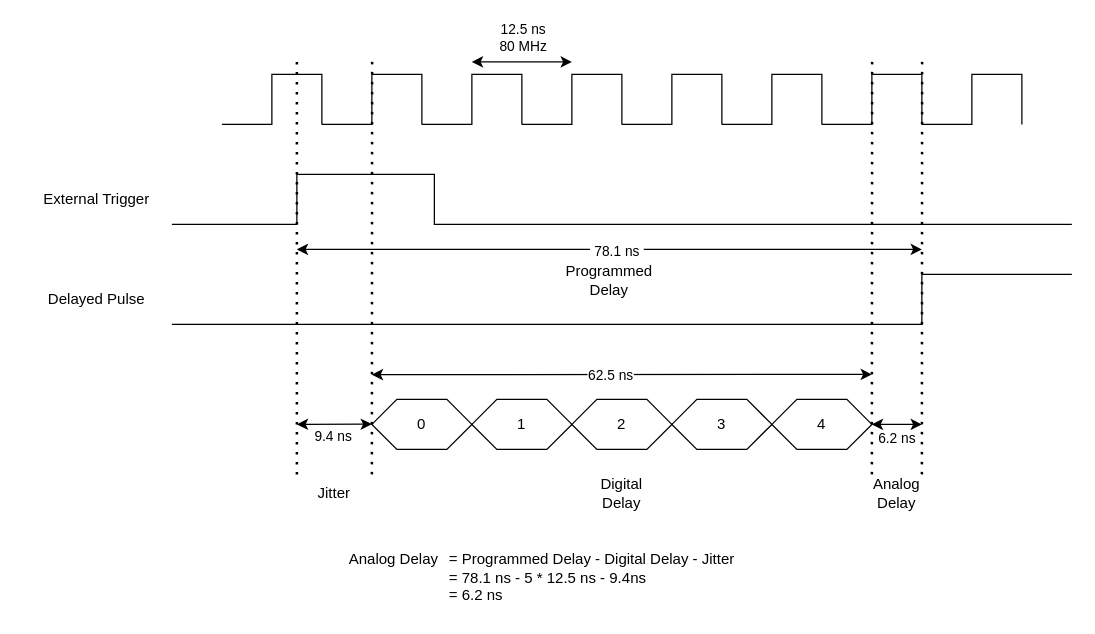
This is page "waveform" (3 of 3) of assets/dg535/dg535.drawio from tomverbeure/tomverbeure.github.io, a draw.io file, before an edit. Source tidied: cells renumbered, new cells numbered last; positions are measured from the earlier drawing's top-left corner, leaving out a move shared by most shapes. Both pictures are drawn from the tidied source at 125%, with x=0, y=0 at pixel (21, 61).
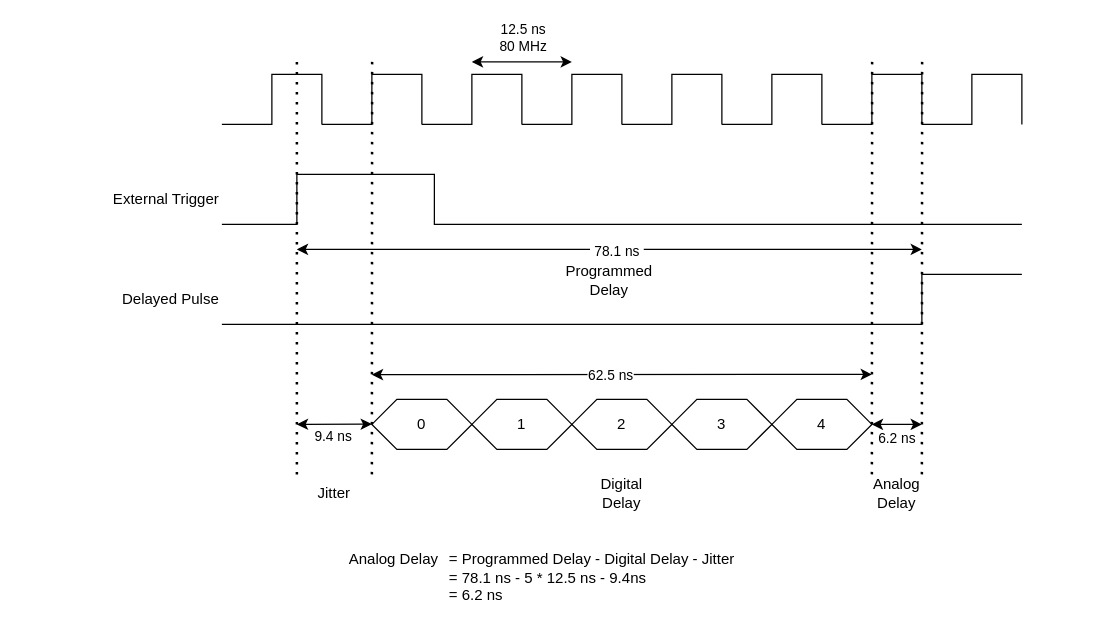
The same page after the edit.

Diff of the diagram source:
```diff
@@
     <mxCell id="8" style="endArrow=none;html=1;rounded=0;" parent="1" edge="1">
       <mxGeometry relative="1" as="geometry">
-        <mxPoint x="120" y="130" as="sourcePoint" />
-        <mxPoint x="840" y="130" as="targetPoint" />
+        <mxPoint x="160" y="130" as="sourcePoint" />
+        <mxPoint x="800" y="130" as="targetPoint" />
         <Array as="points">
           <mxPoint x="220" y="130" />
           <mxPoint x="220" y="90" />
           <mxPoint x="330" y="90" />
           <mxPoint x="330" y="130" />
         </Array>
       </mxGeometry>
     </mxCell>
-    <mxCell id="9" value="External Trigger" style="text;html=1;whiteSpace=wrap;strokeColor=none;fillColor=none;align=center;verticalAlign=middle;rounded=0;" parent="1" vertex="1">
-      <mxGeometry y="90" width="120" height="40" as="geometry" />
+    <mxCell id="9" value="External Trigger" style="text;html=1;whiteSpace=wrap;strokeColor=none;fillColor=none;align=right;verticalAlign=middle;rounded=0;" parent="1" vertex="1">
+      <mxGeometry x="60" y="90" width="100" height="40" as="geometry" />
     </mxCell>
@@
     <mxCell id="23" style="endArrow=none;html=1;rounded=0;" parent="1" edge="1">
       <mxGeometry relative="1" as="geometry">
-        <mxPoint x="120" y="210" as="sourcePoint" />
-        <mxPoint x="840" y="170" as="targetPoint" />
+        <mxPoint x="160" y="210" as="sourcePoint" />
+        <mxPoint x="800" y="170" as="targetPoint" />
         <Array as="points">
           <mxPoint x="720" y="210" />
           <mxPoint x="720" y="170" />
           <mxPoint x="750" y="170" />
-          <mxPoint x="840" y="170" />
         </Array>
       </mxGeometry>
     </mxCell>
@@
-    <mxCell id="27" value="Delayed Pulse" style="text;html=1;whiteSpace=wrap;strokeColor=none;fillColor=none;align=center;verticalAlign=middle;rounded=0;" parent="1" vertex="1">
-      <mxGeometry y="170" width="120" height="40" as="geometry" />
+    <mxCell id="27" value="Delayed Pulse" style="text;html=1;whiteSpace=wrap;strokeColor=none;fillColor=none;align=right;verticalAlign=middle;rounded=0;" parent="1" vertex="1">
+      <mxGeometry x="60" y="170" width="100" height="40" as="geometry" />
     </mxCell>
```
